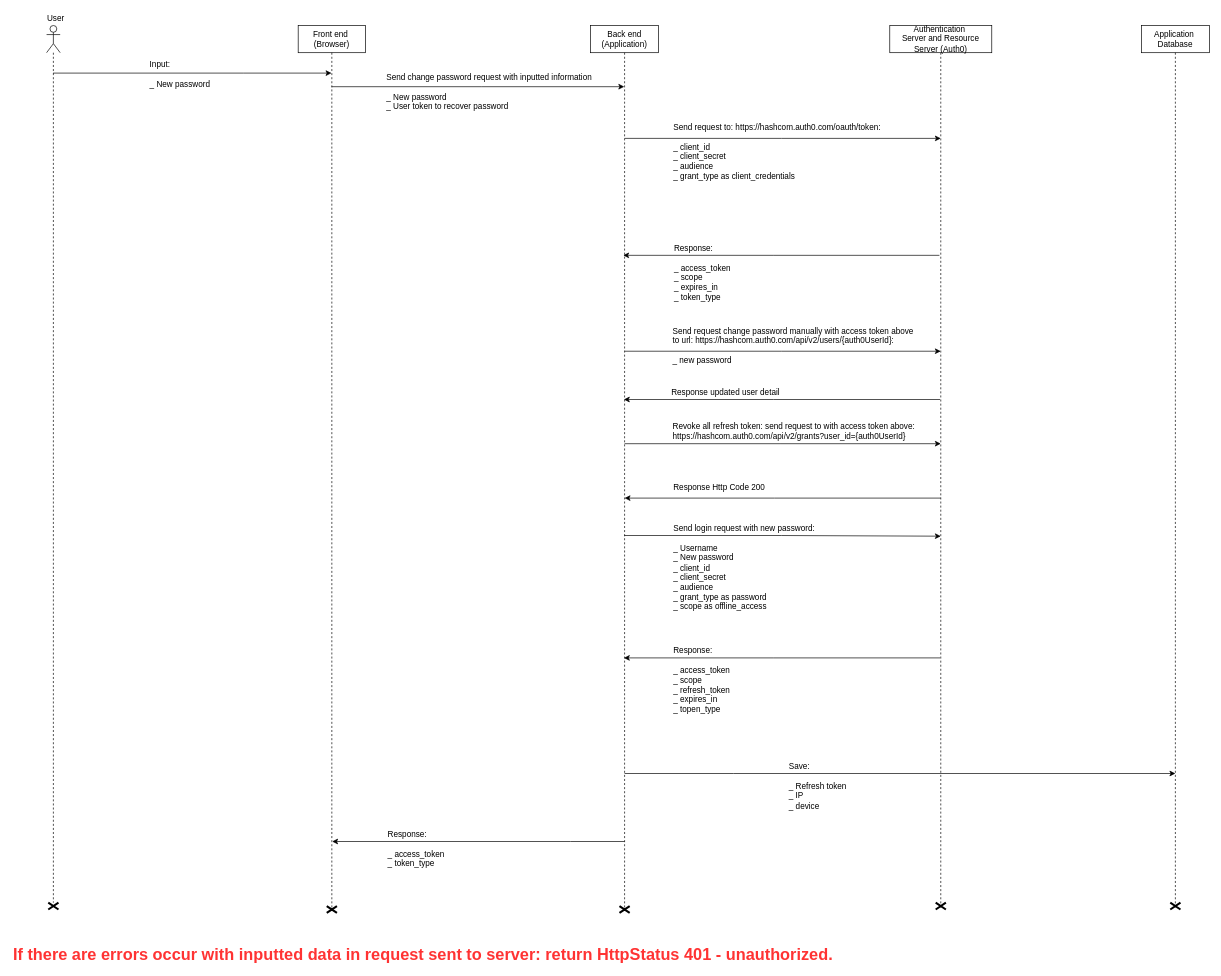
This is forgot-password.drawio from quocq6hcm/HeHeHe, a draw.io file, before an edit. Source tidied: cells renumbered, new cells numbered last; positions are measured from the earlier drawing's top-left corner, leaving out a move shared by most shapes. Both pictures are drawn from the tidied source at 68%, with x=0, y=0 at pixel (11, 12).
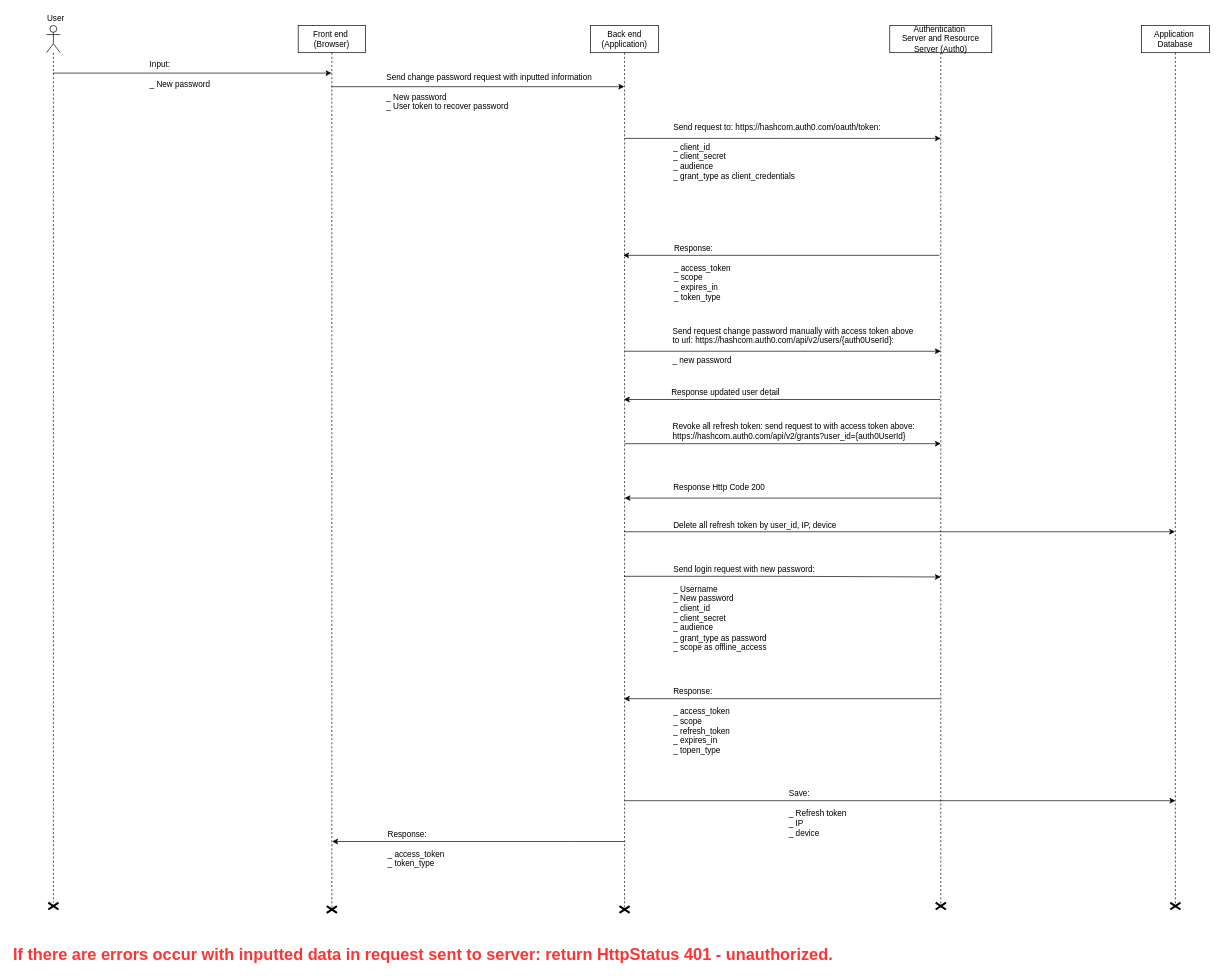
The same diagram, later.

What changed in the source:
```diff
@@
     <mxCell id="26" style="edgeStyle=orthogonalEdgeStyle;rounded=0;orthogonalLoop=1;jettySize=auto;html=1;" parent="1" edge="1">
       <mxGeometry relative="1" as="geometry">
-        <mxPoint x="902" y="771" as="sourcePoint" />
-        <mxPoint x="1367" y="771" as="targetPoint" />
+        <mxPoint x="902" y="831" as="sourcePoint" />
+        <mxPoint x="1367" y="831" as="targetPoint" />
         <Array as="points">
-          <mxPoint x="1132.5" y="770" />
-          <mxPoint x="1132.5" y="770" />
+          <mxPoint x="1132.5" y="830" />
+          <mxPoint x="1132.5" y="830" />
         </Array>
       </mxGeometry>
     </mxCell>
     <mxCell id="27" value="Send login request with new password:&lt;br&gt;&lt;br&gt;_ Username&lt;br&gt;_ New password&lt;br&gt;_&amp;nbsp;client_id&lt;br&gt;_ client_secret&lt;br&gt;_ audience&lt;br&gt;_ grant_type as password&lt;br&gt;_ scope as&amp;nbsp;offline_access&lt;br&gt;&lt;br&gt;" style="text;html=1;align=left;verticalAlign=top;spacingTop=-4;" parent="1" vertex="1">
-      <mxGeometry x="971.5" y="750" width="220" height="140" as="geometry" />
+      <mxGeometry x="971.5" y="810" width="220" height="140" as="geometry" />
     </mxCell>
     <mxCell id="28" style="edgeStyle=orthogonalEdgeStyle;rounded=0;orthogonalLoop=1;jettySize=auto;html=1;" parent="1" edge="1">
       <mxGeometry relative="1" as="geometry">
-        <mxPoint x="1366" y="950" as="sourcePoint" />
-        <mxPoint x="901" y="950" as="targetPoint" />
+        <mxPoint x="1366" y="1010" as="sourcePoint" />
+        <mxPoint x="901" y="1010" as="targetPoint" />
         <Array as="points">
-          <mxPoint x="1120.5" y="949.5" />
-          <mxPoint x="1120.5" y="949.5" />
+          <mxPoint x="1120.5" y="1009.5" />
+          <mxPoint x="1120.5" y="1009.5" />
         </Array>
       </mxGeometry>
     </mxCell>
@@
     <mxCell id="34" value="Response:&lt;br&gt;&lt;br&gt;_ access_token&lt;br&gt;_ scope&lt;br&gt;_ refresh_token&lt;br&gt;_ expires_in&lt;br&gt;_ topen_type&lt;br&gt;" style="text;html=1;align=left;verticalAlign=top;spacingTop=-4;" parent="1" vertex="1">
-      <mxGeometry x="972" y="930" width="100" height="100" as="geometry" />
+      <mxGeometry x="972" y="990" width="100" height="100" as="geometry" />
     </mxCell>
@@
     <mxCell id="36" style="edgeStyle=orthogonalEdgeStyle;rounded=0;orthogonalLoop=1;jettySize=auto;html=1;" parent="1" edge="1">
       <mxGeometry relative="1" as="geometry">
-        <mxPoint x="902" y="1120" as="sourcePoint" />
-        <mxPoint x="1712" y="1120" as="targetPoint" />
+        <mxPoint x="902" y="1160" as="sourcePoint" />
+        <mxPoint x="1712" y="1160" as="targetPoint" />
         <Array as="points">
-          <mxPoint x="1062" y="1120" />
-          <mxPoint x="1062" y="1120" />
+          <mxPoint x="1062" y="1160" />
+          <mxPoint x="1062" y="1160" />
         </Array>
       </mxGeometry>
     </mxCell>
     <mxCell id="37" value="Save:&lt;br&gt;&lt;br&gt;_ Refresh token&amp;nbsp;&lt;br&gt;_ IP&lt;br&gt;_ device&lt;br&gt;" style="text;html=1;align=left;verticalAlign=top;spacingTop=-4;" parent="1" vertex="1">
-      <mxGeometry x="1141.5" y="1100" width="100" height="70" as="geometry" />
+      <mxGeometry x="1141.5" y="1140" width="100" height="70" as="geometry" />
     </mxCell>
+    <mxCell id="38" style="edgeStyle=orthogonalEdgeStyle;rounded=0;orthogonalLoop=1;jettySize=auto;html=1;" parent="1" edge="1">
+      <mxGeometry relative="1" as="geometry">
+        <mxPoint x="901.5" y="764.5" as="sourcePoint" />
+        <mxPoint x="1711.5" y="764.5" as="targetPoint" />
+        <Array as="points">
+          <mxPoint x="1061.5" y="764.5" />
+          <mxPoint x="1061.5" y="764.5" />
+        </Array>
+      </mxGeometry>
+    </mxCell>
+    <mxCell id="39" value="Delete all refresh token by user_id, IP, device" style="text;html=1;align=left;verticalAlign=top;spacingTop=-4;" parent="1" vertex="1">
+      <mxGeometry x="971.5" y="746" width="260" height="20" as="geometry" />
+    </mxCell>
```
